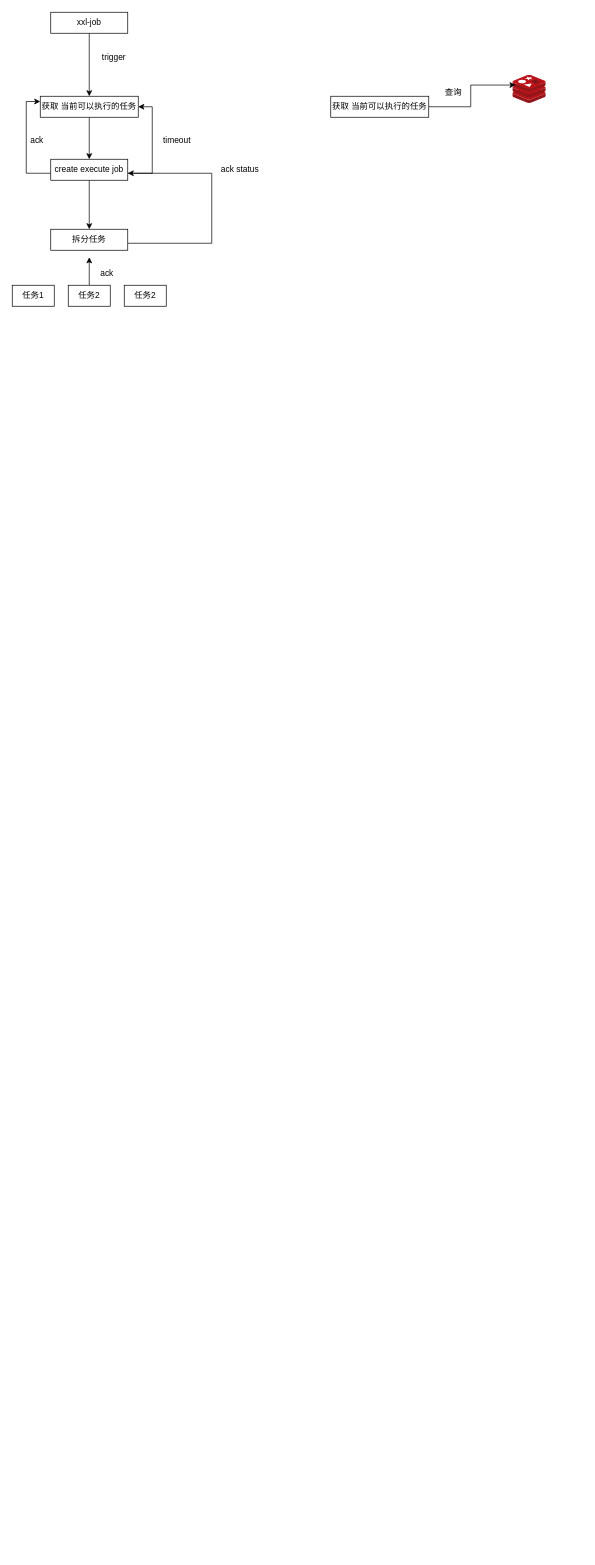
Earlier version of the draw.io diagram page "定时任务" (4 of 7) of xctp.drawio (devfox88/draw-house). Source tidied: cells renumbered, new cells numbered last; positions are measured from the earlier drawing's top-left corner, leaving out a move shared by most shapes. Both pictures are drawn from the tidied source at 70%, with x=0, y=0 at pixel (12, 12).
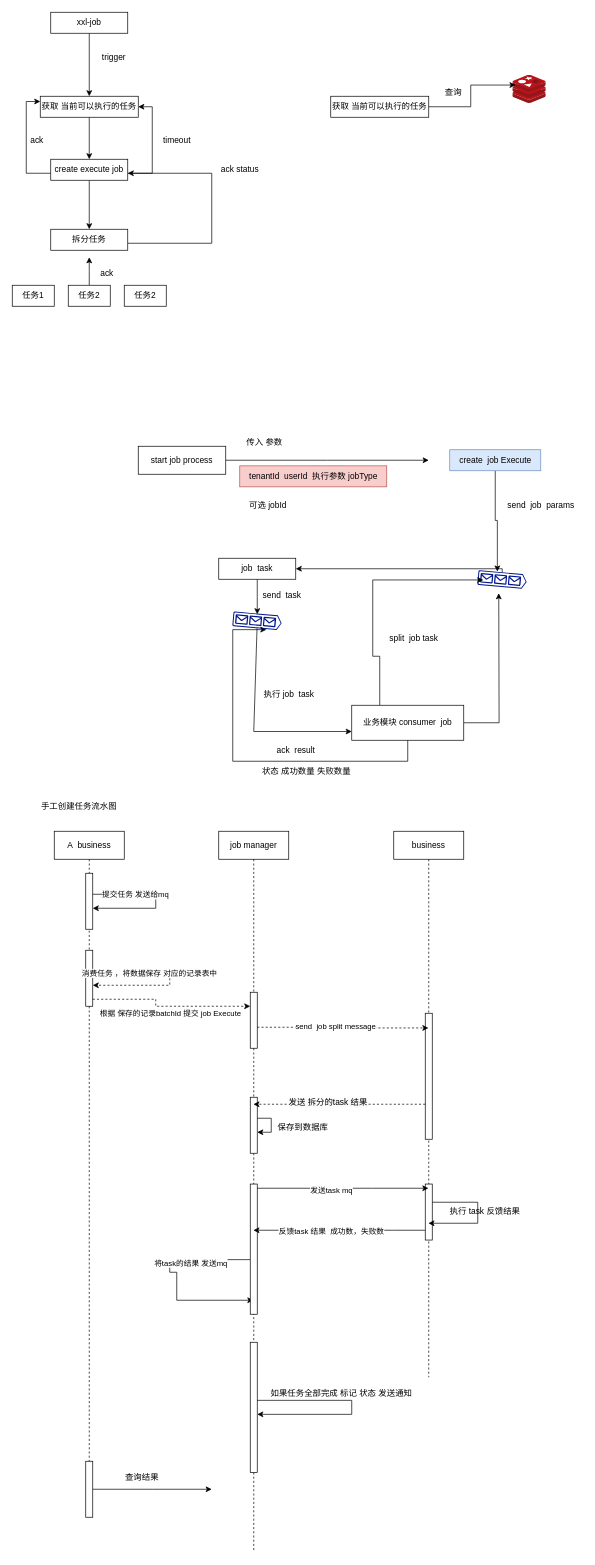
The same page after the edit.

Diff of the diagram source:
```diff
@@
+    <mxCell id="25" style="edgeStyle=orthogonalEdgeStyle;rounded=0;jettySize=auto;html=1;" parent="1" edge="1" source="26">
+      <mxGeometry relative="1" as="geometry">
+        <mxPoint x="595" y="640" as="targetPoint" />
+      </mxGeometry>
+    </mxCell>
+    <mxCell id="26" value="start job process" style="rounded=0;whiteSpace=wrap;html=1;" parent="1" vertex="1">
+      <mxGeometry x="180" y="620" width="125" height="40" as="geometry" />
+    </mxCell>
+    <mxCell id="27" value="传入 参数" style="text;html=1;align=center;verticalAlign=middle;strokeColor=none;fillColor=none;" parent="1" vertex="1">
+      <mxGeometry x="325" y="600" width="70" height="30" as="geometry" />
+    </mxCell>
+    <mxCell id="28" value="tenantId&amp;nbsp; userId&amp;nbsp; 执行参数 jobType" style="text;html=1;align=center;verticalAlign=middle;strokeColor=#b85450;fillColor=#f8cecc;" parent="1" vertex="1">
+      <mxGeometry x="325" y="648" width="210" height="30" as="geometry" />
+    </mxCell>
+    <mxCell id="29" value="可选 jobId" style="text;html=1;align=center;verticalAlign=middle;strokeColor=none;fillColor=none;" parent="1" vertex="1">
+      <mxGeometry x="325" y="690" width="80" height="30" as="geometry" />
+    </mxCell>
+    <mxCell id="30" style="edgeStyle=orthogonalEdgeStyle;rounded=0;jettySize=auto;html=1;entryX=0.386;entryY=-0.016;entryDx=0;entryDy=0;entryPerimeter=0;" parent="1" edge="1" source="31" target="34">
+      <mxGeometry relative="1" as="geometry" />
+    </mxCell>
+    <mxCell id="31" value="create&amp;nbsp; job Execute" style="text;html=1;align=center;verticalAlign=middle;points=[];strokeColor=#6c8ebf;fillColor=#dae8fc;" parent="1" vertex="1">
+      <mxGeometry x="625" y="625" width="130" height="30" as="geometry" />
+    </mxCell>
+    <mxCell id="32" value="send&amp;nbsp; job&amp;nbsp; params" style="text;html=1;align=center;verticalAlign=middle;strokeColor=none;fillColor=none;" parent="1" vertex="1">
+      <mxGeometry x="695" y="690" width="120" height="30" as="geometry" />
+    </mxCell>
+    <mxCell id="33" style="edgeStyle=orthogonalEdgeStyle;rounded=0;jettySize=auto;html=1;entryX=1;entryY=0.5;entryDx=0;entryDy=0;" parent="1" edge="1" source="34" target="40">
+      <mxGeometry relative="1" as="geometry">
+        <Array as="points">
+          <mxPoint x="700" y="795" />
+        </Array>
+      </mxGeometry>
+    </mxCell>
+    <mxCell id="34" style="sketch=0;shadow=0;dashed=0;html=1;strokeColor=none;labelPosition=center;verticalLabelPosition=bottom;verticalAlign=top;align=center;fillColor=#00188D;shape=mxgraph.azure.queue_generic;rotation=5;" parent="1" vertex="1">
+      <mxGeometry x="665" y="800" width="70" height="21" as="geometry" />
+    </mxCell>
+    <mxCell id="35" style="edgeStyle=orthogonalEdgeStyle;rounded=0;jettySize=auto;html=1;" parent="1" edge="1" source="37">
+      <mxGeometry relative="1" as="geometry">
+        <mxPoint x="695" y="830" as="targetPoint" />
+      </mxGeometry>
+    </mxCell>
+    <mxCell id="36" style="edgeStyle=orthogonalEdgeStyle;rounded=0;jettySize=auto;html=1;entryX=0.116;entryY=0.636;entryDx=0;entryDy=0;entryPerimeter=0;" parent="1" edge="1" source="37" target="34">
+      <mxGeometry relative="1" as="geometry">
+        <Array as="points">
+          <mxPoint x="525" y="985" />
+          <mxPoint x="525" y="920" />
+          <mxPoint x="515" y="920" />
+          <mxPoint x="515" y="811" />
+        </Array>
+      </mxGeometry>
+    </mxCell>
+    <mxCell id="37" value="业务模块 consumer&amp;nbsp; job" style="whiteSpace=wrap;html=1;" parent="1" vertex="1">
+      <mxGeometry x="485" y="990" width="160" height="50" as="geometry" />
+    </mxCell>
+    <mxCell id="38" value="split&amp;nbsp; job task&amp;nbsp;" style="text;html=1;align=center;verticalAlign=middle;strokeColor=none;fillColor=none;" parent="1" vertex="1">
+      <mxGeometry x="525" y="880" width="100" height="30" as="geometry" />
+    </mxCell>
+    <mxCell id="39" style="edgeStyle=orthogonalEdgeStyle;rounded=0;jettySize=auto;html=1;" parent="1" edge="1" source="40">
+      <mxGeometry relative="1" as="geometry">
+        <mxPoint x="350" y="860" as="targetPoint" />
+      </mxGeometry>
+    </mxCell>
+    <mxCell id="40" value="job&amp;nbsp; task" style="whiteSpace=wrap;html=1;" parent="1" vertex="1">
+      <mxGeometry x="295" y="780" width="110" height="30" as="geometry" />
+    </mxCell>
+    <mxCell id="41" style="edgeStyle=orthogonalEdgeStyle;rounded=0;jettySize=auto;html=1;entryX=0;entryY=0.75;entryDx=0;entryDy=0;" parent="1" edge="1" source="42" target="37">
+      <mxGeometry relative="1" as="geometry">
+        <Array as="points">
+          <mxPoint x="345" y="1028" />
+        </Array>
+      </mxGeometry>
+    </mxCell>
+    <mxCell id="42" style="sketch=0;shadow=0;dashed=0;html=1;strokeColor=none;labelPosition=center;verticalLabelPosition=bottom;verticalAlign=top;align=center;fillColor=#00188D;shape=mxgraph.azure.queue_generic;rotation=5;" parent="1" vertex="1">
+      <mxGeometry x="315" y="859" width="70" height="21" as="geometry" />
+    </mxCell>
+    <mxCell id="43" value="send&amp;nbsp; task" style="text;html=1;align=center;verticalAlign=middle;strokeColor=none;fillColor=none;" parent="1" vertex="1">
+      <mxGeometry x="345" y="818" width="80" height="30" as="geometry" />
+    </mxCell>
+    <mxCell id="44" value="执行 job&amp;nbsp; task" style="text;html=1;align=center;verticalAlign=middle;strokeColor=none;fillColor=none;" parent="1" vertex="1">
+      <mxGeometry x="345" y="960" width="100" height="30" as="geometry" />
+    </mxCell>
+    <mxCell id="45" style="edgeStyle=orthogonalEdgeStyle;rounded=0;jettySize=auto;html=1;entryX=0.701;entryY=1.039;entryDx=0;entryDy=0;entryPerimeter=0;" parent="1" edge="1" source="37" target="42">
+      <mxGeometry relative="1" as="geometry">
+        <Array as="points">
+          <mxPoint x="565" y="1070" />
+          <mxPoint x="315" y="1070" />
+          <mxPoint x="315" y="882" />
+        </Array>
+      </mxGeometry>
+    </mxCell>
+    <mxCell id="46" value="ack&amp;nbsp; result" style="text;html=1;align=center;verticalAlign=middle;strokeColor=none;fillColor=none;" parent="1" vertex="1">
+      <mxGeometry x="365" y="1040" width="80" height="30" as="geometry" />
+    </mxCell>
+    <mxCell id="47" value="状态 成功数量 失败数量" style="text;html=1;align=center;verticalAlign=middle;strokeColor=none;fillColor=none;" parent="1" vertex="1">
+      <mxGeometry x="345" y="1070" width="150" height="30" as="geometry" />
+    </mxCell>
+    <mxCell id="48" value="job manager" style="shape=umlLifeline;perimeter=lifelinePerimeter;whiteSpace=wrap;html=1;outlineConnect=0;portConstraint=eastwest;newEdgeStyle={&quot;curved&quot;:0,&quot;rounded&quot;:0};" parent="1" vertex="1">
+      <mxGeometry x="295" y="1170" width="100" height="1030" as="geometry" />
+    </mxCell>
+    <mxCell id="49" style="html=1;points=[[0,0,0,0,5],[0,1,0,0,-5],[1,0,0,0,5],[1,1,0,0,-5]];perimeter=orthogonalPerimeter;outlineConnect=0;targetShapes=umlLifeline;portConstraint=eastwest;newEdgeStyle={&quot;curved&quot;:0,&quot;rounded&quot;:0};" parent="48" vertex="1">
+      <mxGeometry x="45" y="230" width="10" height="80" as="geometry" />
+    </mxCell>
+    <mxCell id="50" style="html=1;points=[[0,0,0,0,5],[0,1,0,0,-5],[1,0,0,0,5],[1,1,0,0,-5]];perimeter=orthogonalPerimeter;outlineConnect=0;targetShapes=umlLifeline;portConstraint=eastwest;newEdgeStyle={&quot;curved&quot;:0,&quot;rounded&quot;:0};" parent="48" vertex="1">
+      <mxGeometry x="45" y="380" width="10" height="80" as="geometry" />
+    </mxCell>
+    <mxCell id="51" style="edgeStyle=orthogonalEdgeStyle;rounded=0;orthogonalLoop=1;jettySize=auto;html=1;curved=0;" parent="48" edge="1" source="50" target="50">
+      <mxGeometry relative="1" as="geometry" />
+    </mxCell>
+    <mxCell id="52" style="edgeStyle=orthogonalEdgeStyle;rounded=0;jettySize=auto;html=1;curved=0;" parent="48" edge="1" source="54" target="48">
+      <mxGeometry relative="1" as="geometry">
+        <Array as="points">
+          <mxPoint x="-70" y="612" />
+          <mxPoint x="-70" y="630" />
+          <mxPoint x="-60" y="630" />
+          <mxPoint x="-60" y="670" />
+        </Array>
+      </mxGeometry>
+    </mxCell>
+    <mxCell id="53" value="将task的结果 发送mq" style="edgeLabel;html=1;align=center;verticalAlign=middle;" parent="52" vertex="1">
+      <mxGeometry x="-0.41" y="4" relative="1" as="geometry" />
+    </mxCell>
+    <mxCell id="54" style="html=1;points=[[0,0,0,0,5],[0,1,0,0,-5],[1,0,0,0,5],[1,1,0,0,-5]];perimeter=orthogonalPerimeter;outlineConnect=0;targetShapes=umlLifeline;portConstraint=eastwest;newEdgeStyle={&quot;curved&quot;:0,&quot;rounded&quot;:0};" parent="48" vertex="1">
+      <mxGeometry x="45" y="504" width="10" height="186" as="geometry" />
+    </mxCell>
+    <mxCell id="55" style="html=1;points=[[0,0,0,0,5],[0,1,0,0,-5],[1,0,0,0,5],[1,1,0,0,-5]];perimeter=orthogonalPerimeter;outlineConnect=0;targetShapes=umlLifeline;portConstraint=eastwest;newEdgeStyle={&quot;curved&quot;:0,&quot;rounded&quot;:0};" parent="48" vertex="1">
+      <mxGeometry x="45" y="730" width="10" height="186" as="geometry" />
+    </mxCell>
+    <mxCell id="56" style="edgeStyle=orthogonalEdgeStyle;rounded=0;orthogonalLoop=1;jettySize=auto;html=1;curved=0;" parent="48" edge="1" source="55" target="55">
+      <mxGeometry relative="1" as="geometry">
+        <Array as="points">
+          <mxPoint x="190" y="823" />
+        </Array>
+      </mxGeometry>
+    </mxCell>
+    <mxCell id="57" value="business" style="shape=umlLifeline;perimeter=lifelinePerimeter;whiteSpace=wrap;html=1;outlineConnect=0;portConstraint=eastwest;newEdgeStyle={&quot;curved&quot;:0,&quot;rounded&quot;:0};" parent="1" vertex="1">
+      <mxGeometry x="545" y="1170" width="100" height="780" as="geometry" />
+    </mxCell>
+    <mxCell id="58" style="html=1;points=[[0,0,0,0,5],[0,1,0,0,-5],[1,0,0,0,5],[1,1,0,0,-5]];perimeter=orthogonalPerimeter;outlineConnect=0;targetShapes=umlLifeline;portConstraint=eastwest;newEdgeStyle={&quot;curved&quot;:0,&quot;rounded&quot;:0};" parent="57" vertex="1">
+      <mxGeometry x="45" y="260" width="10" height="180" as="geometry" />
+    </mxCell>
+    <mxCell id="59" style="html=1;points=[[0,0,0,0,5],[0,1,0,0,-5],[1,0,0,0,5],[1,1,0,0,-5]];perimeter=orthogonalPerimeter;outlineConnect=0;targetShapes=umlLifeline;portConstraint=eastwest;newEdgeStyle={&quot;curved&quot;:0,&quot;rounded&quot;:0};" parent="57" vertex="1">
+      <mxGeometry x="45" y="504" width="10" height="80" as="geometry" />
+    </mxCell>
+    <mxCell id="60" style="edgeStyle=orthogonalEdgeStyle;rounded=0;jettySize=auto;html=1;curved=0;" parent="57" edge="1" source="59" target="57">
+      <mxGeometry relative="1" as="geometry">
+        <Array as="points">
+          <mxPoint x="120" y="530" />
+          <mxPoint x="120" y="560" />
+        </Array>
+      </mxGeometry>
+    </mxCell>
+    <mxCell id="61" value="A&amp;nbsp; business" style="shape=umlLifeline;perimeter=lifelinePerimeter;whiteSpace=wrap;html=1;newEdgeStyle={&quot;curved&quot;:0,&quot;rounded&quot;:0};" parent="1" vertex="1">
+      <mxGeometry x="60" y="1170" width="100" height="980" as="geometry" />
+    </mxCell>
+    <mxCell id="62" style="html=1;points=[[0,0,0,0,5],[0,1,0,0,-5],[1,0,0,0,5],[1,1,0,0,-5]];perimeter=orthogonalPerimeter;outlineConnect=0;targetShapes=umlLifeline;portConstraint=eastwest;newEdgeStyle={&quot;curved&quot;:0,&quot;rounded&quot;:0};" parent="61" vertex="1">
+      <mxGeometry x="45" y="60" width="10" height="80" as="geometry" />
+    </mxCell>
+    <mxCell id="63" style="edgeStyle=orthogonalEdgeStyle;rounded=0;orthogonalLoop=1;jettySize=auto;html=1;curved=0;" parent="61" edge="1" source="62" target="62">
+      <mxGeometry relative="1" as="geometry">
+        <Array as="points">
+          <mxPoint x="145" y="100" />
+        </Array>
+      </mxGeometry>
+    </mxCell>
+    <mxCell id="64" value="提交任务 发送给mq" style="edgeLabel;html=1;align=center;verticalAlign=middle;" parent="63" vertex="1">
+      <mxGeometry x="-0.4" relative="1" as="geometry" />
+    </mxCell>
+    <mxCell id="65" style="html=1;points=[[0,0,0,0,5],[0,1,0,0,-5],[1,0,0,0,5],[1,1,0,0,-5]];perimeter=orthogonalPerimeter;outlineConnect=0;targetShapes=umlLifeline;portConstraint=eastwest;newEdgeStyle={&quot;curved&quot;:0,&quot;rounded&quot;:0};" parent="61" vertex="1">
+      <mxGeometry x="45" y="170" width="10" height="80" as="geometry" />
+    </mxCell>
+    <mxCell id="66" style="edgeStyle=orthogonalEdgeStyle;rounded=0;orthogonalLoop=1;jettySize=auto;html=1;curved=0;dashed=1;" parent="61" edge="1" source="65" target="65">
+      <mxGeometry relative="1" as="geometry">
+        <Array as="points">
+          <mxPoint x="165" y="210" />
+        </Array>
+      </mxGeometry>
+    </mxCell>
+    <mxCell id="67" value="消费任务 ，将数据保存 对应的记录表中" style="edgeLabel;html=1;align=center;verticalAlign=middle;" parent="66" vertex="1">
+      <mxGeometry x="-0.33" y="-2" relative="1" as="geometry" />
+    </mxCell>
+    <mxCell id="68" style="edgeStyle=orthogonalEdgeStyle;rounded=0;jettySize=auto;html=1;curved=0;" parent="61" edge="1" source="69">
+      <mxGeometry relative="1" as="geometry">
+        <mxPoint x="225" y="940" as="targetPoint" />
+      </mxGeometry>
+    </mxCell>
+    <mxCell id="69" style="html=1;points=[[0,0,0,0,5],[0,1,0,0,-5],[1,0,0,0,5],[1,1,0,0,-5]];perimeter=orthogonalPerimeter;outlineConnect=0;targetShapes=umlLifeline;portConstraint=eastwest;newEdgeStyle={&quot;curved&quot;:0,&quot;rounded&quot;:0};" parent="61" vertex="1">
+      <mxGeometry x="45" y="900" width="10" height="80" as="geometry" />
+    </mxCell>
+    <mxCell id="70" value="手工创建任务流水图" style="text;html=1;align=center;verticalAlign=middle;strokeColor=none;fillColor=none;" parent="1" vertex="1">
+      <mxGeometry x="30" y="1120" width="130" height="30" as="geometry" />
+    </mxCell>
+    <mxCell id="71" style="edgeStyle=orthogonalEdgeStyle;rounded=0;jettySize=auto;html=1;curved=0;dashed=1;" parent="1" edge="1" source="65" target="49">
+      <mxGeometry relative="1" as="geometry">
+        <Array as="points">
+          <mxPoint x="205" y="1410" />
+          <mxPoint x="205" y="1420" />
+        </Array>
+      </mxGeometry>
+    </mxCell>
+    <mxCell id="72" value="根据 保存的记录batchId 提交 job Execute" style="edgeLabel;html=1;align=center;verticalAlign=middle;" parent="71" vertex="1">
+      <mxGeometry x="-0.42" y="-1" relative="1" as="geometry">
+        <mxPoint x="42" y="19" as="offset" />
+      </mxGeometry>
+    </mxCell>
+    <mxCell id="73" style="edgeStyle=orthogonalEdgeStyle;rounded=0;jettySize=auto;html=1;curved=0;dashed=1;" parent="1" edge="1" target="57">
+      <mxGeometry relative="1" as="geometry">
+        <mxPoint x="350" y="1450" as="sourcePoint" />
+        <Array as="points">
+          <mxPoint x="415" y="1450" />
+          <mxPoint x="415" y="1451" />
+        </Array>
+      </mxGeometry>
+    </mxCell>
+    <mxCell id="74" value="send&amp;nbsp; job split message" style="edgeLabel;html=1;align=center;verticalAlign=middle;" parent="73" vertex="1">
+      <mxGeometry x="-0.09" y="3" relative="1" as="geometry" />
+    </mxCell>
+    <mxCell id="75" style="edgeStyle=orthogonalEdgeStyle;rounded=0;jettySize=auto;html=1;curved=0;dashed=1;" parent="1" edge="1" source="58" target="48">
+      <mxGeometry relative="1" as="geometry">
+        <Array as="points">
+          <mxPoint x="465" y="1560" />
+          <mxPoint x="465" y="1560" />
+        </Array>
+      </mxGeometry>
+    </mxCell>
+    <mxCell id="76" value="&lt;span style=&quot;font-size: 12px; background-color: rgb(251, 251, 251);&quot;&gt;发送 拆分的task 结果&lt;/span&gt;" style="edgeLabel;html=1;align=center;verticalAlign=middle;" parent="75" vertex="1">
+      <mxGeometry x="0.14" y="-3" relative="1" as="geometry" />
+    </mxCell>
+    <mxCell id="77" value="保存到数据库" style="text;html=1;align=center;verticalAlign=middle;strokeColor=none;fillColor=none;" parent="1" vertex="1">
+      <mxGeometry x="365" y="1578" width="100" height="30" as="geometry" />
+    </mxCell>
+    <mxCell id="78" style="edgeStyle=orthogonalEdgeStyle;rounded=0;jettySize=auto;html=1;curved=0;" parent="1" edge="1" source="54" target="57">
+      <mxGeometry relative="1" as="geometry">
+        <Array as="points">
+          <mxPoint x="515" y="1680" />
+          <mxPoint x="515" y="1680" />
+        </Array>
+      </mxGeometry>
+    </mxCell>
+    <mxCell id="79" value="发送task mq" style="edgeLabel;html=1;align=center;verticalAlign=middle;" parent="78" vertex="1">
+      <mxGeometry x="-0.14" y="-2" relative="1" as="geometry" />
+    </mxCell>
+    <mxCell id="80" value="执行 task 反馈结果" style="text;html=1;align=center;verticalAlign=middle;strokeColor=none;fillColor=none;" parent="1" vertex="1">
+      <mxGeometry x="615" y="1698" width="120" height="30" as="geometry" />
+    </mxCell>
+    <mxCell id="81" style="edgeStyle=orthogonalEdgeStyle;rounded=0;jettySize=auto;html=1;curved=0;" parent="1" edge="1" source="59" target="48">
+      <mxGeometry relative="1" as="geometry">
+        <Array as="points">
+          <mxPoint x="545" y="1740" />
+          <mxPoint x="545" y="1740" />
+        </Array>
+      </mxGeometry>
+    </mxCell>
+    <mxCell id="82" value="反馈task 结果&amp;nbsp; 成功数，失败数" style="edgeLabel;html=1;align=center;verticalAlign=middle;" parent="81" vertex="1">
+      <mxGeometry x="0.31" y="1" relative="1" as="geometry">
+        <mxPoint x="26" as="offset" />
+      </mxGeometry>
+    </mxCell>
+    <mxCell id="83" value="如果任务全部完成 标记 状态 发送通知" style="text;html=1;align=center;verticalAlign=middle;strokeColor=none;fillColor=none;" parent="1" vertex="1">
+      <mxGeometry x="355" y="1958" width="230" height="30" as="geometry" />
+    </mxCell>
+    <mxCell id="84" value="查询结果" style="text;html=1;align=center;verticalAlign=middle;strokeColor=none;fillColor=none;" parent="1" vertex="1">
+      <mxGeometry x="150" y="2078" width="70" height="30" as="geometry" />
+    </mxCell>
```
